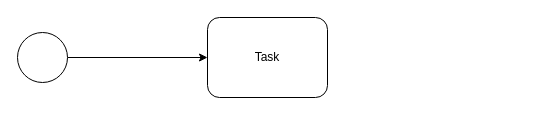
Above: 未命名表单.drawio in licer-lee/MyDrawioRepository (draw.io), before the change. Source tidied: cells renumbered, new cells numbered last; positions are measured from the earlier drawing's top-left corner, leaving out a move shared by most shapes. Both pictures are drawn from the tidied source at 100%, with x=0, y=0 at pixel (17, 17).
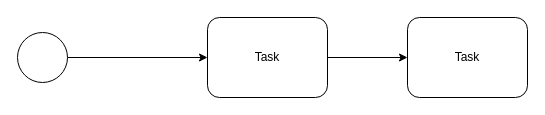
Above is the later version.

Commit message:
增加审批节点

Change to the diagram source:
```diff
@@
 <mxGraphModel>
   <root>
     <mxCell id="0" />
     <mxCell id="1" parent="0" />
     <mxCell id="2" style="edgeStyle=orthogonalEdgeStyle;rounded=0;jettySize=auto;html=1;entryX=0;entryY=0.5;entryDx=0;entryDy=0;" parent="1" edge="1" source="3" target="4">
       <mxGeometry relative="1" as="geometry" />
     </mxCell>
     <mxCell id="3" style="shape=mxgraph.bpmn.shape;html=1;verticalLabelPosition=bottom;labelBackgroundColor=#ffffff;verticalAlign=top;align=center;perimeter=ellipsePerimeter;outlineConnect=0;outline=standard;symbol=general;" parent="1" vertex="1">
       <mxGeometry y="15" width="50" height="50" as="geometry" />
     </mxCell>
+    <mxCell id="5" style="edgeStyle=orthogonalEdgeStyle;rounded=0;jettySize=auto;html=1;" parent="1" edge="1" source="4" target="6">
+      <mxGeometry relative="1" as="geometry" />
+    </mxCell>
     <mxCell id="4" value="Task" style="shape=ext;rounded=1;html=1;whiteSpace=wrap;" parent="1" vertex="1">
       <mxGeometry x="190" width="120" height="80" as="geometry" />
     </mxCell>
+    <mxCell id="6" value="Task" style="shape=ext;rounded=1;html=1;whiteSpace=wrap;" parent="1" vertex="1">
+      <mxGeometry x="390" width="120" height="80" as="geometry" />
+    </mxCell>
   </root>
 </mxGraphModel>
```
